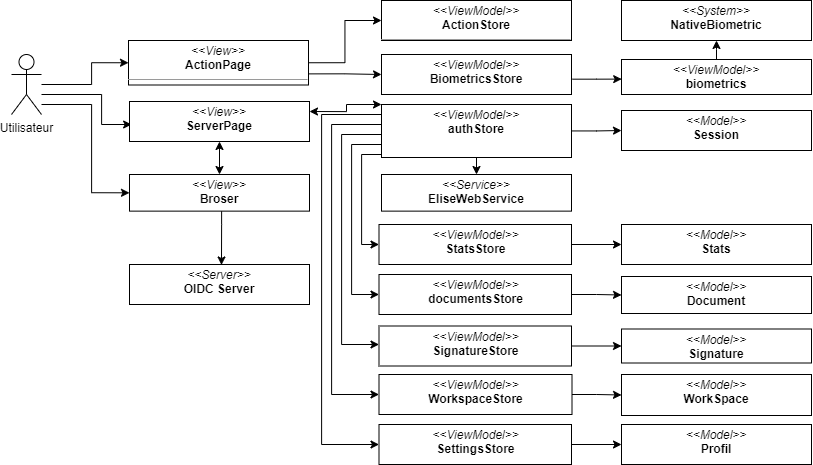
The draw.io diagram images_pfe/dca_sprint5.png in PFE-Neoledge-2023/rapport, before a commit. Source tidied: cells renumbered, new cells last; positions are measured from the earlier drawing's top-left corner, leaving out a move shared by most shapes.
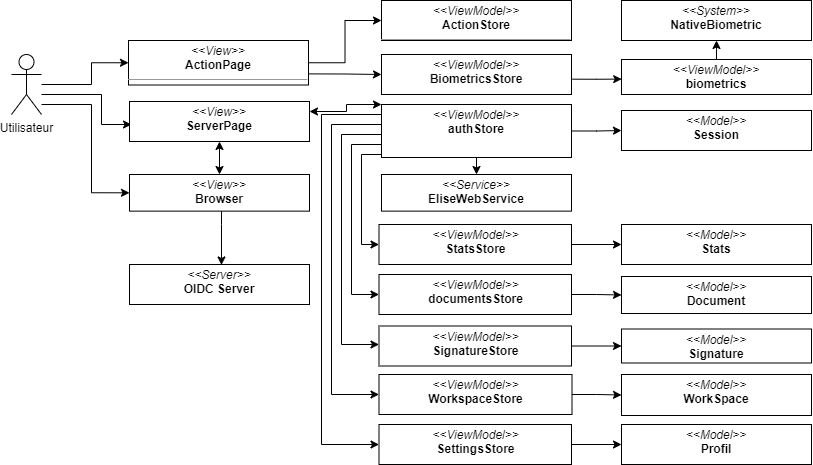
After the commit.

Change to the diagram source:
```diff
@@ -126,7 +126,7 @@
         </Array>
       </mxGeometry>
     </mxCell>
-    <mxCell id="27" value="&lt;p style=&quot;margin:0px;margin-top:4px;text-align:center;&quot;&gt;&lt;i&gt;&amp;lt;&amp;lt;View&amp;gt;&amp;gt;&lt;/i&gt;&lt;br&gt;&lt;b&gt;Broser&lt;/b&gt;&lt;/p&gt;&lt;p style=&quot;border-color: var(--border-color); margin: 0px 0px 0px 4px;&quot;&gt;&lt;br&gt;&lt;/p&gt;&lt;p style=&quot;border-color: var(--border-color); margin: 0px 0px 0px 4px;&quot;&gt;&lt;br&gt;&lt;/p&gt;&lt;p style=&quot;border-color: var(--border-color); margin: 0px 0px 0px 4px;&quot;&gt;&lt;br&gt;&lt;/p&gt;" style="verticalAlign=top;align=left;overflow=fill;fontSize=12;fontFamily=Helvetica;html=1;whiteSpace=wrap;" parent="1" vertex="1">
+    <mxCell id="27" value="&lt;p style=&quot;margin:0px;margin-top:4px;text-align:center;&quot;&gt;&lt;i&gt;&amp;lt;&amp;lt;View&amp;gt;&amp;gt;&lt;/i&gt;&lt;br&gt;&lt;b&gt;Browser&lt;/b&gt;&lt;/p&gt;&lt;p style=&quot;border-color: var(--border-color); margin: 0px 0px 0px 4px;&quot;&gt;&lt;br&gt;&lt;/p&gt;&lt;p style=&quot;border-color: var(--border-color); margin: 0px 0px 0px 4px;&quot;&gt;&lt;br&gt;&lt;/p&gt;&lt;p style=&quot;border-color: var(--border-color); margin: 0px 0px 0px 4px;&quot;&gt;&lt;br&gt;&lt;/p&gt;" style="verticalAlign=top;align=left;overflow=fill;fontSize=12;fontFamily=Helvetica;html=1;whiteSpace=wrap;" parent="1" vertex="1">
       <mxGeometry x="118" y="174" width="180" height="36.6" as="geometry" />
     </mxCell>
     <mxCell id="28" value="&lt;p style=&quot;margin:0px;margin-top:4px;text-align:center;&quot;&gt;&lt;i&gt;&amp;lt;&amp;lt;Server&amp;gt;&amp;gt;&lt;/i&gt;&lt;br&gt;&lt;b&gt;OIDC Server&lt;/b&gt;&lt;/p&gt;&lt;p style=&quot;margin:0px;margin-left:4px;&quot;&gt;&lt;br&gt;&lt;/p&gt;" style="verticalAlign=top;align=left;overflow=fill;fontSize=12;fontFamily=Helvetica;html=1;whiteSpace=wrap;" parent="1" vertex="1">
```
